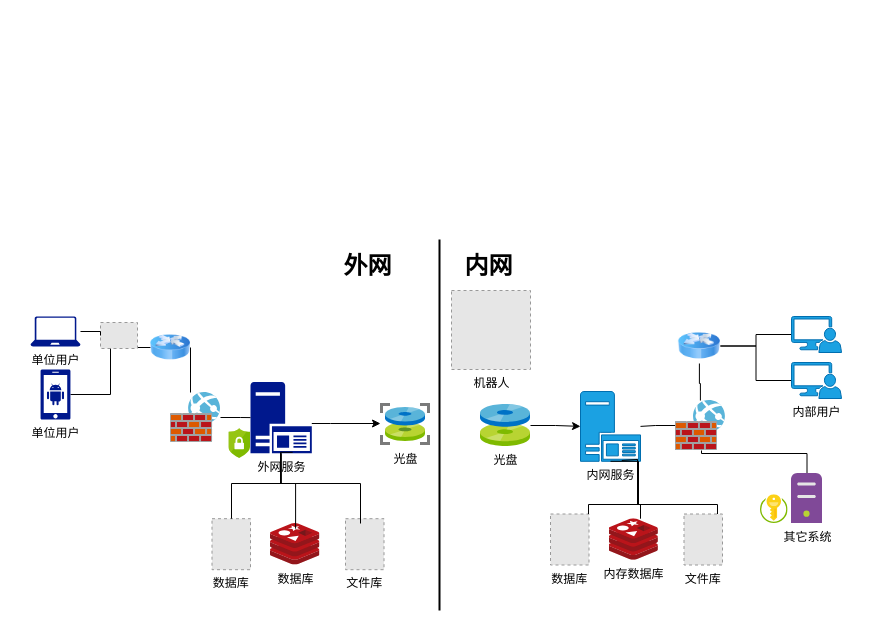
liuzyong/lcp keeps this draw.io diagram as frontend/Untitled Diagram.drawio. Above is the earlier version. Source tidied: cells renumbered, new cells numbered last; positions are measured from the earlier drawing's top-left corner, leaving out a move shared by most shapes. Both pictures are drawn from the tidied source at 100%, with x=0, y=0 at pixel (30, 239). Pictures stored in the file or linked from it are replaced by grey dashed boxes.
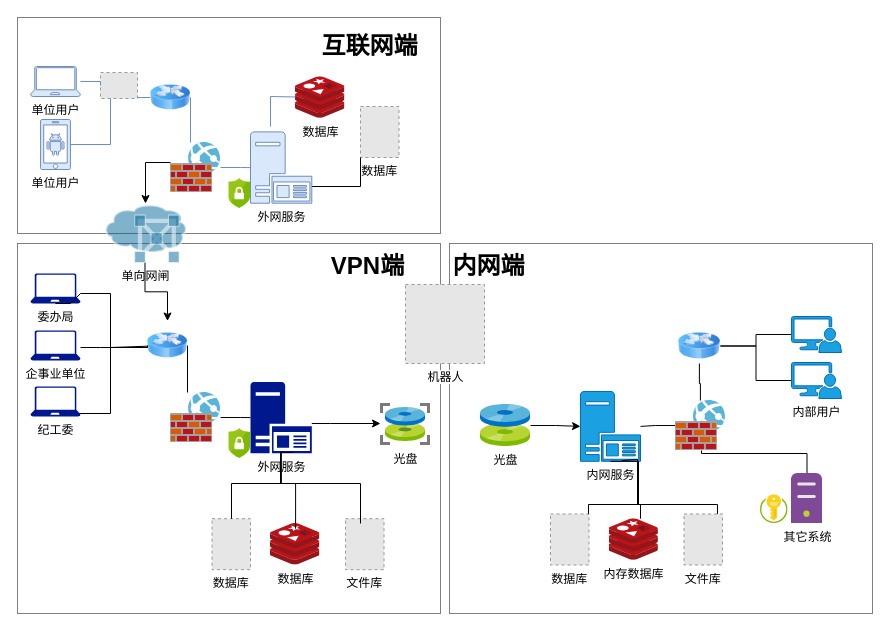
The same diagram, later.

Diff of the diagram source:
```diff
@@
+    <mxCell id="45" style="rounded=0;whiteSpace=wrap;html=1;opacity=50;strokeWidth=1;fillColor=none;" parent="1" vertex="1">
+      <mxGeometry x="-13" y="-222" width="423" height="216" as="geometry" />
+    </mxCell>
+    <mxCell id="46" style="rounded=0;whiteSpace=wrap;html=1;opacity=50;strokeWidth=1;fillColor=none;" parent="1" vertex="1">
+      <mxGeometry x="-13" y="4" width="423" height="370" as="geometry" />
+    </mxCell>
+    <mxCell id="47" style="rounded=0;whiteSpace=wrap;html=1;opacity=50;strokeWidth=1;fillColor=none;" parent="1" vertex="1">
+      <mxGeometry x="419" y="4" width="423" height="370" as="geometry" />
+    </mxCell>
@@
-    <mxCell id="3" style="edgeStyle=orthogonalEdgeStyle;rounded=0;jettySize=auto;html=1;endArrow=none;endFill=0;strokeWidth=1;" parent="1" edge="1" source="4" target="35">
-      <mxGeometry relative="1" as="geometry" />
+    <mxCell id="3" style="edgeStyle=orthogonalEdgeStyle;rounded=0;jettySize=auto;html=1;endArrow=none;endFill=0;strokeWidth=1;entryX=0;entryY=0.5;entryDx=0;entryDy=0;exitX=0.98;exitY=0.98;exitDx=0;exitDy=0;exitPerimeter=0;" parent="1" edge="1" source="65" target="35">
+      <mxGeometry relative="1" as="geometry">
+        <Array as="points">
+          <mxPoint x="49" y="174" />
+          <mxPoint x="80" y="174" />
+          <mxPoint x="80" y="108" />
+        </Array>
+      </mxGeometry>
     </mxCell>
-    <mxCell id="4" value="单位用户" style="sketch=0;shadow=0;dashed=0;html=1;strokeColor=none;labelPosition=center;verticalLabelPosition=bottom;verticalAlign=top;align=center;fillColor=#00188D;shape=mxgraph.mscae.enterprise.android_phone;" parent="1" vertex="1">
-      <mxGeometry x="10" y="130" width="30" height="50" as="geometry" />
-    </mxCell>
-    <mxCell id="5" value="单位用户" style="sketch=0;shadow=0;dashed=0;html=1;strokeColor=none;labelPosition=center;verticalLabelPosition=bottom;verticalAlign=top;align=center;fillColor=#00188D;shape=mxgraph.azure.laptop;" parent="1" vertex="1">
-      <mxGeometry y="77" width="50" height="30" as="geometry" />
+    <mxCell id="5" value="企事业单位" style="sketch=0;shadow=0;dashed=0;html=1;strokeColor=none;labelPosition=center;verticalLabelPosition=bottom;verticalAlign=top;align=center;fillColor=#00188D;shape=mxgraph.azure.laptop;" parent="1" vertex="1">
+      <mxGeometry y="91" width="50" height="30" as="geometry" />
     </mxCell>
@@
-    <mxCell id="15" value="机器人" style="fillColor=#E6E6E6;strokeColor=#999999;dashed=1;html=1;verticalAlign=top;verticalLabelPosition=bottom;labelBackgroundColor=#ffffff;" parent="1" vertex="1">
-      <mxGeometry x="421" y="51" width="79" height="79" as="geometry" />
-    </mxCell>
@@
     <mxCell id="35" style="image;html=1;image=img/lib/clip_art/networking/Router_Icon_128x128.png;strokeWidth=1;" parent="1" vertex="1">
-      <mxGeometry x="120" y="83.5" width="40" height="49" as="geometry" />
+      <mxGeometry x="117" y="81.5" width="40" height="49" as="geometry" />
     </mxCell>
@@
-    <mxCell id="40" style="fillColor=#E6E6E6;strokeColor=#999999;dashed=1;verticalLabelPosition=bottom;labelBackgroundColor=#ffffff;verticalAlign=top;" parent="1" vertex="1">
-      <mxGeometry x="70" y="83" width="37" height="26" as="geometry" />
-    </mxCell>
-    <mxCell id="41" style="edgeStyle=orthogonalEdgeStyle;rounded=0;jettySize=auto;html=1;endArrow=none;endFill=0;strokeWidth=1;" parent="1" edge="1" source="5" target="40">
-      <mxGeometry relative="1" as="geometry" />
+    <mxCell id="41" style="edgeStyle=orthogonalEdgeStyle;rounded=0;jettySize=auto;html=1;endArrow=none;endFill=0;strokeWidth=1;entryX=0;entryY=0.5;entryDx=0;entryDy=0;" parent="1" edge="1" source="5" target="35">
+      <mxGeometry relative="1" as="geometry">
+        <Array as="points">
+          <mxPoint x="70" y="108" />
+          <mxPoint x="70" y="108" />
+        </Array>
+      </mxGeometry>
     </mxCell>
-    <mxCell id="42" style="line;strokeWidth=2;direction=south;html=1;fontColor=#000000;fontSize=18;" parent="1" vertex="1">
-      <mxGeometry x="404" width="10" height="371" as="geometry" />
-    </mxCell>
-    <mxCell id="43" value="外网" style="text;strokeColor=none;fillColor=none;html=1;fontSize=24;fontStyle=1;verticalAlign=middle;align=center;fontColor=#000000;" parent="1" vertex="1">
+    <mxCell id="43" value="VPN端" style="text;strokeColor=none;fillColor=none;html=1;fontSize=24;fontStyle=1;verticalAlign=middle;align=center;fontColor=#000000;" parent="1" vertex="1">
       <mxGeometry x="287" y="7" width="100" height="40" as="geometry" />
     </mxCell>
-    <mxCell id="44" value="内网" style="text;strokeColor=none;fillColor=none;html=1;fontSize=24;fontStyle=1;verticalAlign=middle;align=center;fontColor=#000000;" parent="1" vertex="1">
+    <mxCell id="44" value="内网端" style="text;strokeColor=none;fillColor=none;html=1;fontSize=24;fontStyle=1;verticalAlign=middle;align=center;fontColor=#000000;" parent="1" vertex="1">
       <mxGeometry x="408" y="7" width="100" height="40" as="geometry" />
     </mxCell>
+    <mxCell id="48" style="sketch=0;html=1;align=center;image;fontSize=12;image=img/lib/mscae/Security_Center.svg;fillColor=#dae8fc;strokeColor=#6c8ebf;" parent="1" vertex="1">
+      <mxGeometry x="198.4" y="-61" width="21.6" height="30" as="geometry" />
+    </mxCell>
+    <mxCell id="49" style="edgeStyle=orthogonalEdgeStyle;rounded=0;jettySize=auto;html=1;endArrow=none;endFill=0;strokeWidth=1;fillColor=#dae8fc;strokeColor=#6c8ebf;" parent="1" edge="1" source="50" target="60">
+      <mxGeometry relative="1" as="geometry" />
+    </mxCell>
+    <mxCell id="50" value="单位用户" style="sketch=0;shadow=0;dashed=0;html=1;strokeColor=#6c8ebf;labelPosition=center;verticalLabelPosition=bottom;verticalAlign=top;align=center;fillColor=#dae8fc;shape=mxgraph.mscae.enterprise.android_phone;" parent="1" vertex="1">
+      <mxGeometry x="10" y="-120" width="30" height="50" as="geometry" />
+    </mxCell>
+    <mxCell id="51" value="单位用户" style="sketch=0;shadow=0;dashed=0;html=1;strokeColor=#6c8ebf;labelPosition=center;verticalLabelPosition=bottom;verticalAlign=top;align=center;fillColor=#dae8fc;shape=mxgraph.azure.laptop;" parent="1" vertex="1">
+      <mxGeometry y="-173" width="50" height="30" as="geometry" />
+    </mxCell>
+    <mxCell id="52" value="数据库" style="sketch=0;html=1;points=[];align=center;image;fontSize=12;image=img/lib/mscae/Cache_Redis_Product.svg;" parent="1" vertex="1">
+      <mxGeometry x="265" y="-162.8" width="49.4" height="41.5" as="geometry" />
+    </mxCell>
+    <mxCell id="53" value="数据库" style="fillColor=#E6E6E6;strokeColor=#999999;dashed=1;verticalLabelPosition=bottom;labelBackgroundColor=#ffffff;verticalAlign=top;" parent="1" vertex="1">
+      <mxGeometry x="330" y="-133" width="38.5" height="51" as="geometry" />
+    </mxCell>
+    <mxCell id="54" style="edgeStyle=orthogonalEdgeStyle;rounded=0;jettySize=auto;html=1;endArrow=none;endFill=0;strokeWidth=1;" parent="1" edge="1" source="55" target="53">
+      <mxGeometry relative="1" as="geometry">
+        <Array as="points">
+          <mxPoint x="330" y="-53" />
+          <mxPoint x="330" y="-107" />
+        </Array>
+      </mxGeometry>
+    </mxCell>
+    <mxCell id="55" value="外网服务" style="sketch=0;shadow=0;dashed=0;html=1;strokeColor=#6c8ebf;labelPosition=center;verticalLabelPosition=bottom;verticalAlign=top;align=center;fillColor=#dae8fc;shape=mxgraph.mscae.enterprise.application_server2;" parent="1" vertex="1">
+      <mxGeometry x="220" y="-107.6" width="61.3" height="71.3" as="geometry" />
+    </mxCell>
+    <mxCell id="56" style="edgeStyle=orthogonalEdgeStyle;rounded=0;jettySize=auto;html=1;endArrow=none;endFill=0;strokeWidth=1;fillColor=#dae8fc;strokeColor=#6c8ebf;" parent="1" edge="1" source="57" target="55">
+      <mxGeometry relative="1" as="geometry" />
+    </mxCell>
+    <mxCell id="57" style="sketch=0;html=1;points=[];align=center;image;fontSize=12;image=img/lib/mscae/Web_App_Firewall.svg;strokeWidth=1;fillColor=#dae8fc;strokeColor=#6c8ebf;" parent="1" vertex="1">
+      <mxGeometry x="140" y="-97" width="50" height="50" as="geometry" />
+    </mxCell>
+    <mxCell id="58" style="edgeStyle=orthogonalEdgeStyle;rounded=0;jettySize=auto;html=1;endArrow=none;endFill=0;strokeWidth=1;exitX=1;exitY=0.5;exitDx=0;exitDy=0;fillColor=#dae8fc;strokeColor=#6c8ebf;" parent="1" edge="1" source="60" target="57">
+      <mxGeometry relative="1" as="geometry">
+        <Array as="points">
+          <mxPoint x="160" y="-73" />
+          <mxPoint x="160" y="-73" />
+        </Array>
+      </mxGeometry>
+    </mxCell>
+    <mxCell id="59" style="edgeStyle=orthogonalEdgeStyle;rounded=0;jettySize=auto;html=1;" parent="1" edge="1" source="57" target="69">
+      <mxGeometry relative="1" as="geometry">
+        <Array as="points">
+          <mxPoint x="115" y="-77" />
+        </Array>
+      </mxGeometry>
+    </mxCell>
+    <mxCell id="60" style="image;html=1;image=img/lib/clip_art/networking/Router_Icon_128x128.png;strokeWidth=1;fillColor=#dae8fc;strokeColor=#6c8ebf;" parent="1" vertex="1">
+      <mxGeometry x="120" y="-166.5" width="40" height="49" as="geometry" />
+    </mxCell>
+    <mxCell id="61" style="fillColor=#E6E6E6;strokeColor=#999999;dashed=1;verticalLabelPosition=bottom;labelBackgroundColor=#ffffff;verticalAlign=top;" parent="1" vertex="1">
+      <mxGeometry x="70" y="-167" width="37" height="26" as="geometry" />
+    </mxCell>
+    <mxCell id="62" style="edgeStyle=orthogonalEdgeStyle;rounded=0;jettySize=auto;html=1;endArrow=none;endFill=0;strokeWidth=1;fillColor=#dae8fc;strokeColor=#6c8ebf;" parent="1" edge="1" source="51" target="61">
+      <mxGeometry relative="1" as="geometry" />
+    </mxCell>
+    <mxCell id="63" style="endArrow=none;html=1;rounded=0;fillColor=#dae8fc;strokeColor=#6c8ebf;" parent="1" edge="1" target="52">
+      <mxGeometry relative="1" as="geometry">
+        <mxPoint x="240" y="-113" as="sourcePoint" />
+        <Array as="points">
+          <mxPoint x="240" y="-143" />
+        </Array>
+      </mxGeometry>
+    </mxCell>
+    <mxCell id="15" value="机器人" style="fillColor=#E6E6E6;strokeColor=#999999;dashed=1;html=1;verticalAlign=top;verticalLabelPosition=bottom;labelBackgroundColor=#ffffff;" parent="1" vertex="1">
+      <mxGeometry x="375" y="45" width="79" height="79" as="geometry" />
+    </mxCell>
+    <mxCell id="64" value="互联网端" style="text;strokeColor=none;fillColor=none;html=1;fontSize=24;fontStyle=1;verticalAlign=middle;align=center;fontColor=#000000;" parent="1" vertex="1">
+      <mxGeometry x="289.4" y="-213" width="100" height="40" as="geometry" />
+    </mxCell>
+    <mxCell id="65" value="纪工委" style="sketch=0;shadow=0;dashed=0;html=1;strokeColor=none;labelPosition=center;verticalLabelPosition=bottom;verticalAlign=top;align=center;fillColor=#00188D;shape=mxgraph.azure.laptop;" parent="1" vertex="1">
+      <mxGeometry y="147" width="50" height="30" as="geometry" />
+    </mxCell>
+    <mxCell id="66" value="委办局" style="sketch=0;shadow=0;dashed=0;html=1;strokeColor=none;labelPosition=center;verticalLabelPosition=bottom;verticalAlign=top;align=center;fillColor=#00188D;shape=mxgraph.azure.laptop;" parent="1" vertex="1">
+      <mxGeometry y="34" width="50" height="30" as="geometry" />
+    </mxCell>
+    <mxCell id="67" style="endArrow=none;html=1;rounded=0;entryX=0.5;entryY=1;entryDx=0;entryDy=0;entryPerimeter=0;" parent="1" edge="1" source="35" target="66">
+      <mxGeometry relative="1" as="geometry">
+        <Array as="points">
+          <mxPoint x="80" y="108" />
+          <mxPoint x="80" y="54" />
+          <mxPoint x="50" y="54" />
+          <mxPoint x="40" y="64" />
+        </Array>
+      </mxGeometry>
+    </mxCell>
+    <mxCell id="68" style="edgeStyle=orthogonalEdgeStyle;rounded=0;jettySize=auto;html=1;" parent="1" edge="1" source="69" target="35">
+      <mxGeometry relative="1" as="geometry" />
+    </mxCell>
+    <mxCell id="69" value="单向网闸" style="shape=mxgraph.cisco.security.gatekeeper;html=1;dashed=0;fillColor=#036897;strokeColor=#ffffff;strokeWidth=2;verticalLabelPosition=bottom;verticalAlign=top;align=center;outlineConnect=0;opacity=50;" parent="1" vertex="1">
+      <mxGeometry x="72" y="-36" width="85" height="59" as="geometry" />
+    </mxCell>
```
